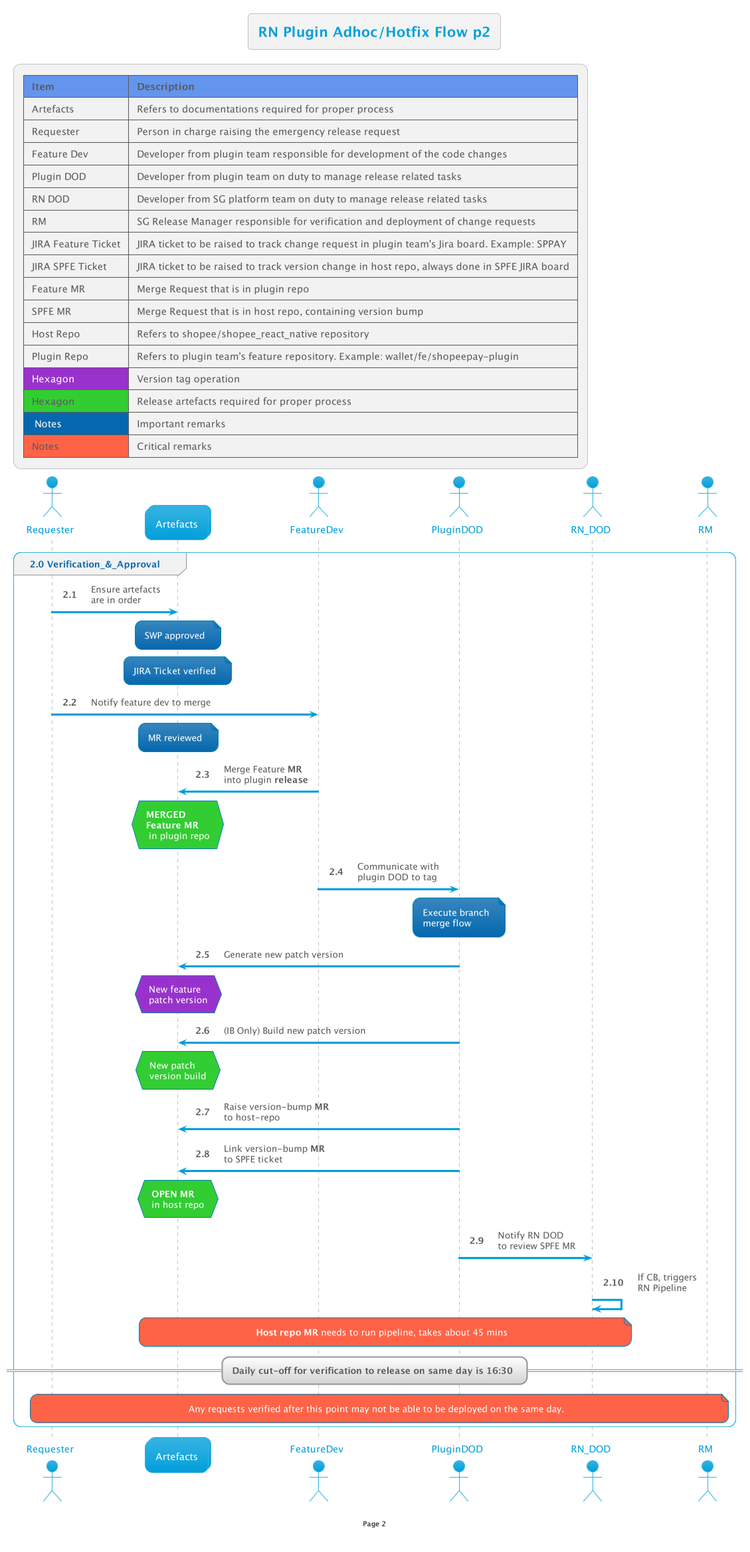
This is out/RNReview/AdhocHotfixFlow/2/2.png from thetomitomo/diagrams, a PlantUML export, as it was before one commit. Its diagram source:
```plantuml
@startuml

!$AutonumStart = 2

!include __init__

group 2.0 Verification_&_Approval
    req -> Art: Ensure artefacts\nare in order
    note over Art: SWP approved
    note over Art: JIRA Ticket verified

    req -> FeatDev: Notify feature dev to merge

    note over Art: MR reviewed
    FeatDev -> Art: Merge Feature <b>MR</b>\ninto plugin <b>release</b>
    hnote over Art#LimeGreen:<b>MERGED\n<b>Feature MR\n in plugin repo

    FeatDev -> PluginDOD: Communicate with \nplugin DOD to tag
    note over PluginDOD: Execute branch\nmerge flow
    PluginDOD -> Art: Generate new patch version
    hnote over Art#DarkOrchid:New feature\npatch version

    PluginDOD -> Art: (IB Only) Build new patch version
    hnote over Art#LimeGreen:New patch\nversion build

    PluginDOD -> Art: Raise version-bump <b>MR</b>\nto host-repo
    PluginDOD -> Art: Link version-bump <b>MR</b>\nto SPFE ticket
    hnote over Art#LimeGreen:<b>OPEN MR\nin host repo

    PluginDOD -> RN_DOD: Notify RN DOD\nto review SPFE MR
    RN_DOD->RN_DOD: If CB, triggers\nRN Pipeline
    note over Art,RN_DOD#Tomato: <b>Host repo MR</b> needs to run pipeline, takes about 45 mins

    == Daily cut-off for verification to release on same day is 16:30 ==
    note over req,RM#Tomato: Any requests verified after this point may not be able to be deployed on the same day.

end

@enduml
```
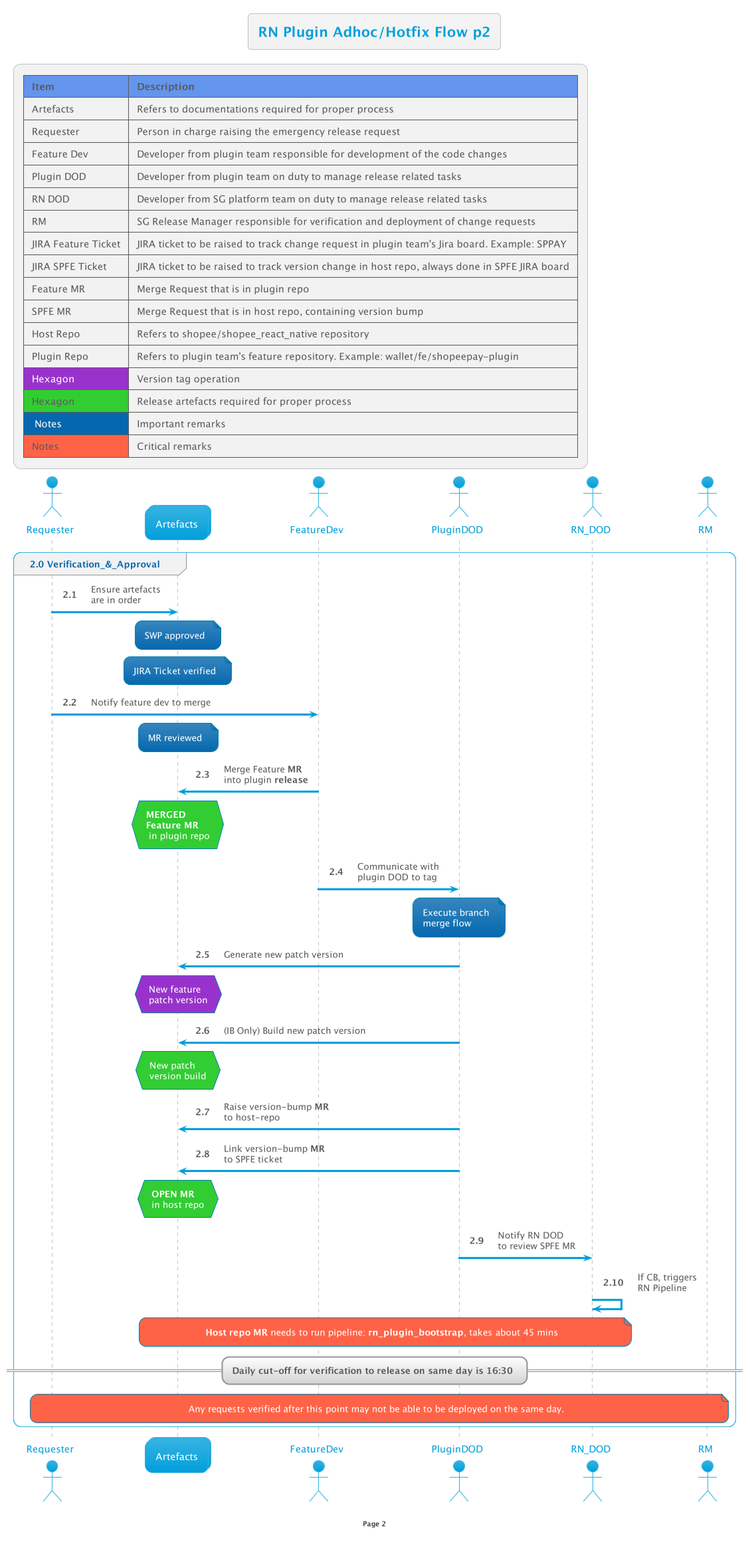
Above is the later version.

Commit message:
add bootstrap name

Diff of the diagram source:
```diff
@@ -29,7 +29,7 @@
 
     PluginDOD -> RN_DOD: Notify RN DOD\nto review SPFE MR
     RN_DOD->RN_DOD: If CB, triggers\nRN Pipeline
-    note over Art,RN_DOD#Tomato: <b>Host repo MR</b> needs to run pipeline, takes about 45 mins
+    note over Art,RN_DOD#Tomato: <b>Host repo MR</b> needs to run pipeline: <b>rn_plugin_bootstrap</b>, takes about 45 mins
 
     == Daily cut-off for verification to release on same day is 16:30 ==
     note over req,RM#Tomato: Any requests verified after this point may not be able to be deployed on the same day.
```
